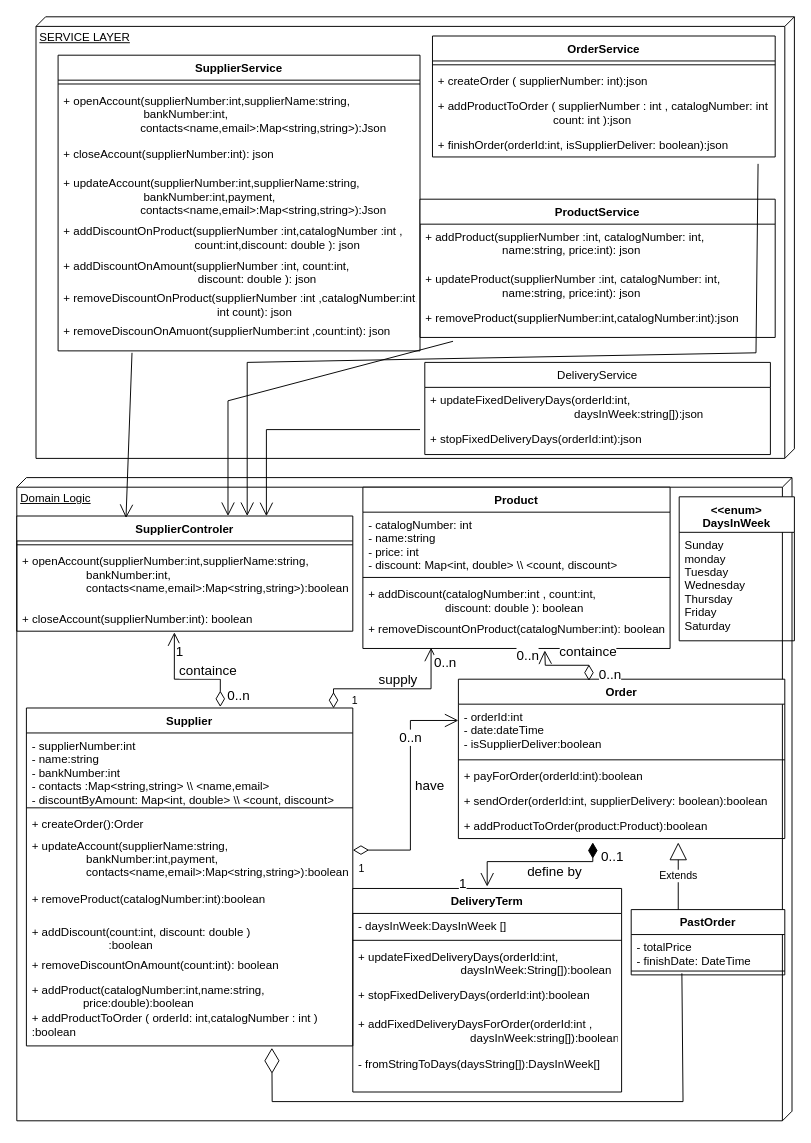
Naveavra/Market keeps this draw.io diagram as page "service-domain" (1 of 4) of docs/diagram.drawio. Above is the earlier version. Source tidied: cells renumbered, new cells numbered last; positions are measured from the earlier drawing's top-left corner, leaving out a move shared by most shapes. Both pictures are drawn from the tidied source at 96%, with x=0, y=0 at pixel (16, 16).
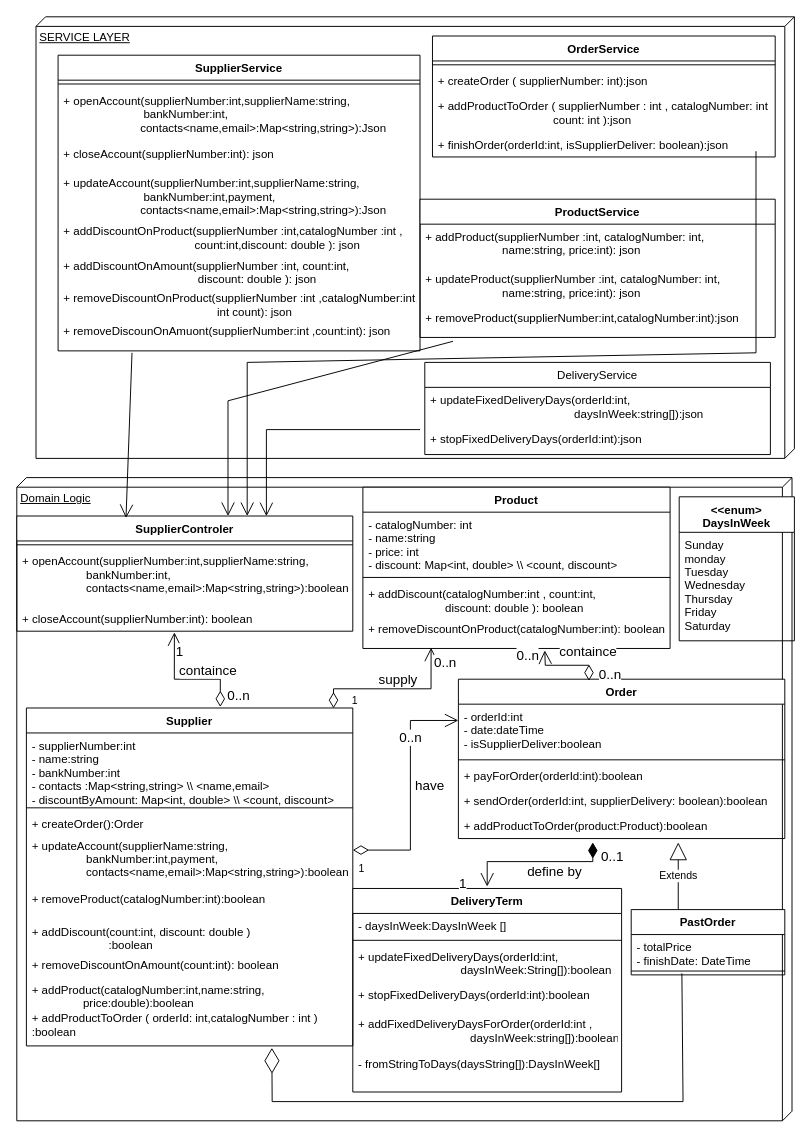
The same diagram, later.

Unchanged cells that the change refers to:
```xml
<mxCell id="20" value="+ finishOrder(orderId:int, isSupplierDeliver: boolean):json" style="text;strokeColor=none;fillColor=none;align=left;verticalAlign=top;spacingLeft=4;spacingRight=4;overflow=hidden;points=[[0,0.5],[1,0.5]];portConstraint=eastwest;" parent="16" vertex="1">
  <mxGeometry y="100" width="357" height="26" as="geometry" />
</mxCell>
```

The edit, as a diff of the source:
```diff
@@
-    <mxCell id="82" style="endArrow=open;endFill=1;endSize=12;html=1;rounded=0;fontSize=14;entryX=0.325;entryY=0.018;entryDx=0;entryDy=0;entryPerimeter=0;exitX=0.95;exitY=1.277;exitDx=0;exitDy=0;exitPerimeter=0;" parent="1" edge="1" source="20">
+    <mxCell id="82" style="endArrow=open;endFill=1;endSize=12;html=1;rounded=0;fontSize=14;entryX=0.325;entryY=0.018;entryDx=0;entryDy=0;entryPerimeter=0;" parent="1" edge="1">
       <mxGeometry relative="1" as="geometry">
+        <mxPoint x="770" y="140" as="sourcePoint" />
         <mxPoint x="240" y="520" as="targetPoint" />
         <Array as="points">
           <mxPoint x="770" y="350" />
           <mxPoint x="240" y="360" />
         </Array>
       </mxGeometry>
     </mxCell>
```
